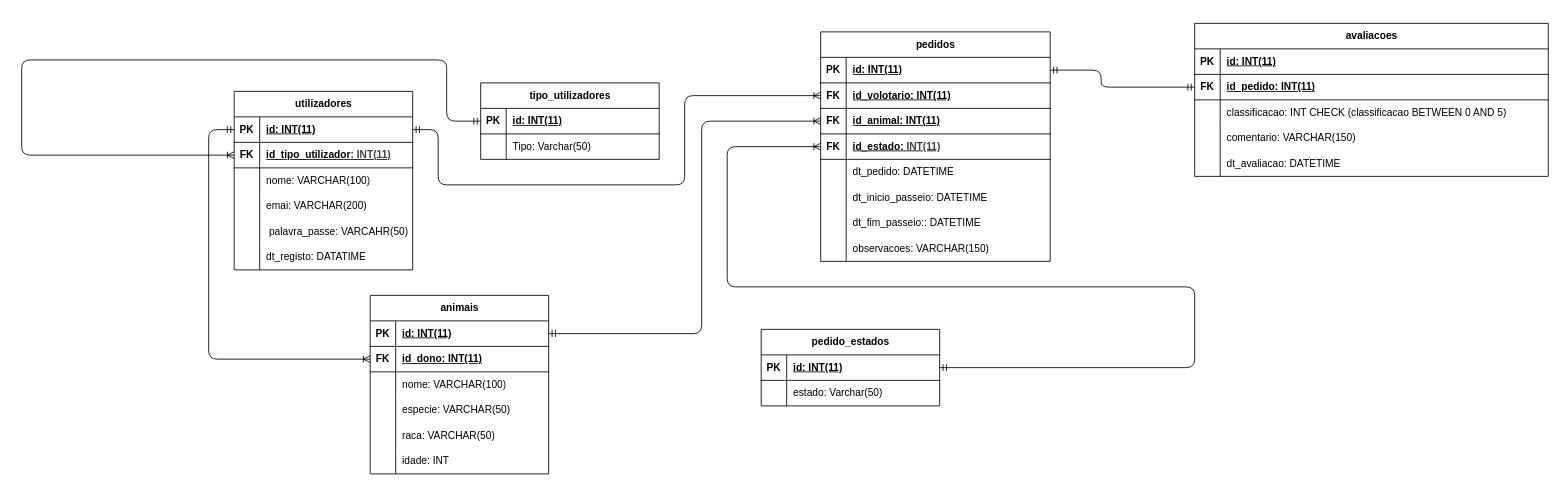
FranciscoPrino/TesteUm keeps this draw.io diagram as Pap/BD.drawio. Above is the earlier version. Source tidied: cells renumbered, new cells numbered last; positions are measured from the earlier drawing's top-left corner, leaving out a move shared by most shapes. Both pictures are drawn from the tidied source at 85%, with x=0, y=0 at pixel (21, 23).
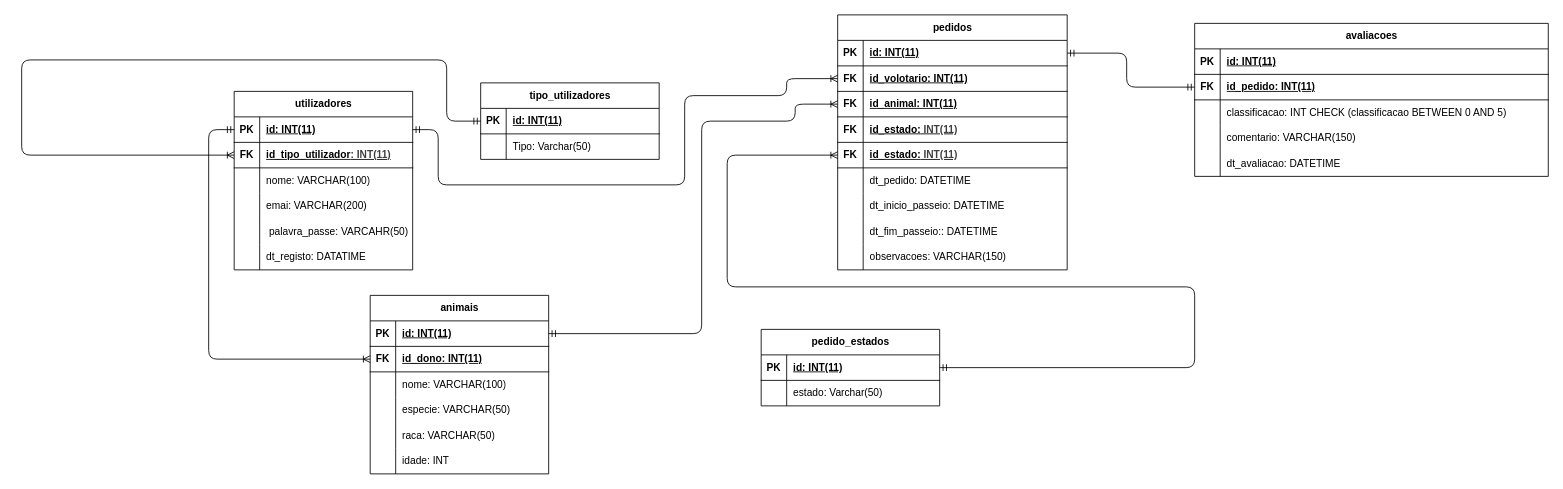
Above is the later version.

Unchanged cells that the change refers to:
```xml
<mxCell id="3" style="shape=tableRow;horizontal=0;startSize=0;swimlaneHead=0;swimlaneBody=0;fillColor=none;points=[[0,0.5],[1,0.5]];portConstraint=eastwest;top=0;left=0;right=0;bottom=1;" parent="2" vertex="1">
  <mxGeometry y="30" width="210" height="30" as="geometry" />
</mxCell>
<mxCell id="29" style="shape=tableRow;horizontal=0;startSize=0;swimlaneHead=0;swimlaneBody=0;fillColor=none;points=[[0,0.5],[1,0.5]];portConstraint=eastwest;top=0;left=0;right=0;bottom=1;" parent="28" vertex="1">
  <mxGeometry y="30" width="210" height="30" as="geometry" />
</mxCell>
<mxCell id="48" style="shape=tableRow;horizontal=0;startSize=0;swimlaneHead=0;swimlaneBody=0;fillColor=none;points=[[0,0.5],[1,0.5]];portConstraint=eastwest;top=0;left=0;right=0;bottom=1;" parent="47" vertex="1">
  <mxGeometry y="30" width="210" height="30" as="geometry" />
</mxCell>
<mxCell id="55" style="shape=tableRow;horizontal=0;startSize=0;swimlaneHead=0;swimlaneBody=0;fillColor=none;points=[[0,0.5],[1,0.5]];portConstraint=eastwest;top=0;left=0;right=0;bottom=1;" parent="54" vertex="1">
  <mxGeometry y="30" width="270" height="30" as="geometry" />
</mxCell>
<mxCell id="58" style="shape=tableRow;horizontal=0;startSize=0;swimlaneHead=0;swimlaneBody=0;fillColor=none;points=[[0,0.5],[1,0.5]];portConstraint=eastwest;top=0;left=0;right=0;bottom=1;" parent="54" vertex="1">
  <mxGeometry y="60" width="270" height="30" as="geometry" />
</mxCell>
<mxCell id="61" style="shape=tableRow;horizontal=0;startSize=0;swimlaneHead=0;swimlaneBody=0;fillColor=none;points=[[0,0.5],[1,0.5]];portConstraint=eastwest;top=0;left=0;right=0;bottom=1;" parent="54" vertex="1">
  <mxGeometry y="90" width="270" height="30" as="geometry" />
</mxCell>
<mxCell id="83" style="shape=tableRow;horizontal=0;startSize=0;swimlaneHead=0;swimlaneBody=0;fillColor=none;points=[[0,0.5],[1,0.5]];portConstraint=eastwest;top=0;left=0;right=0;bottom=1;" parent="79" vertex="1">
  <mxGeometry y="60" width="416" height="30" as="geometry" />
</mxCell>
```

Diff of the diagram source:
```diff
@@
     <mxCell id="54" value="pedidos" style="shape=table;startSize=30;childLayout=tableLayout;rowLines=0;fontStyle=1;align=center;html=1;" parent="1" vertex="1">
-      <mxGeometry x="940" y="10" width="270" height="270" as="geometry" />
+      <mxGeometry x="960" y="-10" width="270" height="300" as="geometry" />
     </mxCell>
@@
+    <mxCell id="101" style="shape=tableRow;horizontal=0;startSize=0;swimlaneHead=0;swimlaneBody=0;fillColor=none;top=0;left=0;right=0;bottom=1;" parent="54" vertex="1">
+      <mxGeometry y="120" width="270" height="30" as="geometry" />
+    </mxCell>
+    <mxCell id="102" value="FK" style="shape=partialRectangle;fillColor=none;top=0;left=0;bottom=0;right=0;fontStyle=1;overflow=hidden;whiteSpace=wrap;html=1;" parent="101" vertex="1">
+      <mxGeometry width="30" height="30" as="geometry" />
+    </mxCell>
+    <mxCell id="103" value="id_estado:&lt;span style=&quot;color: rgb(63, 63, 63); background-color: transparent;&quot;&gt;&amp;nbsp;INT(11)&lt;/span&gt;" style="shape=partialRectangle;fillColor=none;top=0;left=0;bottom=0;right=0;align=left;spacingLeft=6;fontStyle=5;overflow=hidden;whiteSpace=wrap;html=1;" parent="101" vertex="1">
+      <mxGeometry x="30" width="240" height="30" as="geometry" />
+    </mxCell>
     <mxCell id="64" style="shape=tableRow;horizontal=0;startSize=0;swimlaneHead=0;swimlaneBody=0;fillColor=none;points=[[0,0.5],[1,0.5]];portConstraint=eastwest;top=0;left=0;right=0;bottom=1;" parent="54" vertex="1">
-      <mxGeometry y="120" width="270" height="30" as="geometry" />
+      <mxGeometry y="150" width="270" height="30" as="geometry" />
     </mxCell>
@@
     <mxCell id="67" style="shape=tableRow;horizontal=0;startSize=0;swimlaneHead=0;swimlaneBody=0;fillColor=none;top=0;left=0;right=0;bottom=0;" parent="54" vertex="1">
-      <mxGeometry y="150" width="270" height="30" as="geometry" />
+      <mxGeometry y="180" width="270" height="30" as="geometry" />
     </mxCell>
@@
     <mxCell id="70" style="shape=tableRow;horizontal=0;startSize=0;swimlaneHead=0;swimlaneBody=0;fillColor=none;top=0;left=0;right=0;bottom=0;" parent="54" vertex="1">
-      <mxGeometry y="180" width="270" height="30" as="geometry" />
+      <mxGeometry y="210" width="270" height="30" as="geometry" />
     </mxCell>
@@
     <mxCell id="73" style="shape=tableRow;horizontal=0;startSize=0;swimlaneHead=0;swimlaneBody=0;fillColor=none;top=0;left=0;right=0;bottom=0;" parent="54" vertex="1">
-      <mxGeometry y="210" width="270" height="30" as="geometry" />
+      <mxGeometry y="240" width="270" height="30" as="geometry" />
     </mxCell>
@@
     <mxCell id="76" style="shape=tableRow;horizontal=0;startSize=0;swimlaneHead=0;swimlaneBody=0;fillColor=none;top=0;left=0;right=0;bottom=0;" parent="54" vertex="1">
-      <mxGeometry y="240" width="270" height="30" as="geometry" />
+      <mxGeometry y="270" width="270" height="30" as="geometry" />
     </mxCell>
@@
-    <mxCell id="96" style="edgeStyle=orthogonalEdgeStyle;fontSize=12;html=1;endArrow=ERoneToMany;startArrow=ERmandOne;exitX=1;exitY=0.5;exitDx=0;exitDy=0;entryX=0;entryY=0.5;entryDx=0;entryDy=0;" parent="1" edge="1" source="3">
+    <mxCell id="96" style="edgeStyle=orthogonalEdgeStyle;fontSize=12;html=1;endArrow=ERoneToMany;startArrow=ERmandOne;exitX=1;exitY=0.5;exitDx=0;exitDy=0;entryX=0;entryY=0.5;entryDx=0;entryDy=0;" parent="1" edge="1" source="3" target="58">
       <mxGeometry relative="1" as="geometry">
-        <mxPoint x="940" y="85" as="targetPoint" />
         <Array as="points">
           <mxPoint x="490" y="125" />
           <mxPoint x="490" y="190" />
           <mxPoint x="780" y="190" />
           <mxPoint x="780" y="85" />
+          <mxPoint x="900" y="85" />
+          <mxPoint x="900" y="65" />
         </Array>
       </mxGeometry>
     </mxCell>
     <mxCell id="97" style="edgeStyle=orthogonalEdgeStyle;fontSize=12;html=1;endArrow=ERoneToMany;startArrow=ERmandOne;exitX=1;exitY=0.5;exitDx=0;exitDy=0;entryX=0;entryY=0.5;entryDx=0;entryDy=0;" parent="1" edge="1" source="48" target="64">
       <mxGeometry relative="1" as="geometry">
         <Array as="points">
           <mxPoint x="1380" y="405" />
           <mxPoint x="1380" y="310" />
           <mxPoint x="830" y="310" />
-          <mxPoint x="830" y="145" />
+          <mxPoint x="830" y="155" />
         </Array>
       </mxGeometry>
     </mxCell>
     <mxCell id="98" style="edgeStyle=orthogonalEdgeStyle;fontSize=12;html=1;endArrow=ERoneToMany;startArrow=ERmandOne;entryX=0;entryY=0.5;entryDx=0;entryDy=0;exitX=1;exitY=0.5;exitDx=0;exitDy=0;" parent="1" edge="1" source="29" target="61">
       <mxGeometry relative="1" as="geometry">
         <Array as="points">
           <mxPoint x="800" y="365" />
           <mxPoint x="800" y="115" />
+          <mxPoint x="910" y="115" />
+          <mxPoint x="910" y="95" />
         </Array>
       </mxGeometry>
     </mxCell>
@@
     <mxCell id="100" style="edgeStyle=orthogonalEdgeStyle;fontSize=12;html=1;endArrow=ERmandOne;startArrow=ERmandOne;exitX=1;exitY=0.5;exitDx=0;exitDy=0;entryX=0;entryY=0.5;entryDx=0;entryDy=0;" parent="1" edge="1" source="55" target="83">
       <mxGeometry relative="1" as="geometry">
         <Array as="points">
-          <mxPoint x="1270" y="55" />
-          <mxPoint x="1270" y="75" />
+          <mxPoint x="1300" y="35" />
+          <mxPoint x="1300" y="75" />
         </Array>
       </mxGeometry>
     </mxCell>
```
